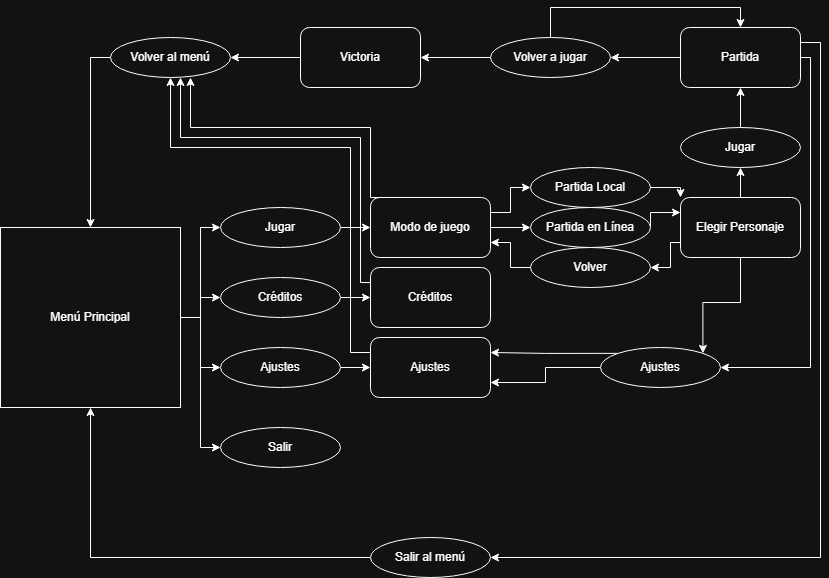
danitjela/BombPainting keeps this draw.io diagram as Bocetos/diagramaFlujo.png. Above is the earlier version. Source tidied: cells renumbered, new cells last; positions are measured from the earlier drawing's top-left corner, leaving out a move shared by most shapes.
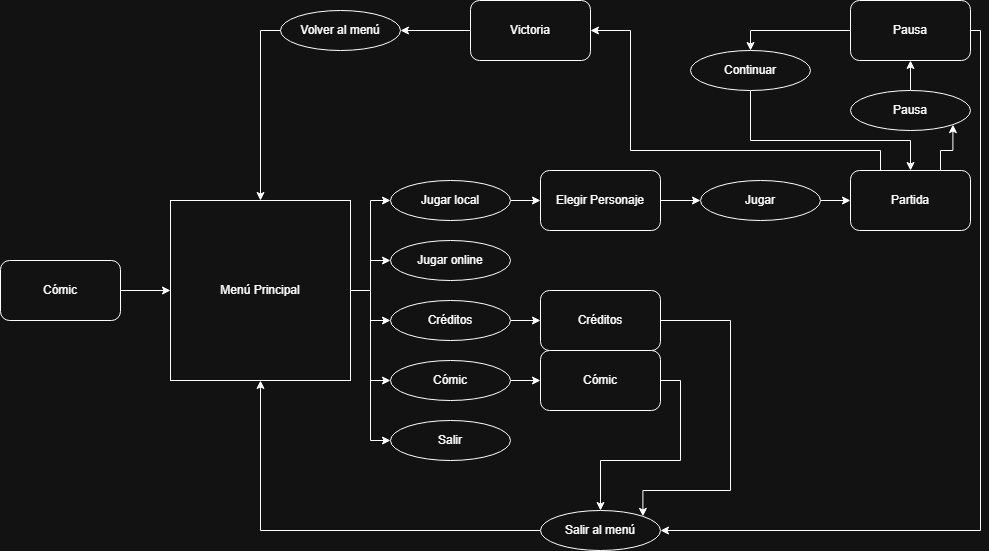
Above is the later version.

Commit message:
GDD y diagrama de flujo actualizado

The edit, as a diff of the source:
```diff
@@ -2,39 +2,28 @@
   <root>
     <mxCell id="0" />
     <mxCell id="1" parent="0" />
-    <mxCell id="2" style="edgeStyle=orthogonalEdgeStyle;rounded=0;jettySize=auto;html=1;exitX=0;exitY=0.25;exitDx=0;exitDy=0;entryX=0.5;entryY=1;entryDx=0;entryDy=0;" parent="1" edge="1" source="3" target="19">
-      <mxGeometry relative="1" as="geometry">
-        <Array as="points">
-          <mxPoint x="350" y="325" />
-          <mxPoint x="350" y="120" />
-          <mxPoint x="170" y="120" />
-        </Array>
-      </mxGeometry>
-    </mxCell>
-    <mxCell id="3" value="Ajustes" style="rounded=1;whiteSpace=wrap;html=1;" parent="1" vertex="1">
-      <mxGeometry x="370" y="310" width="120" height="60" as="geometry" />
-    </mxCell>
-    <mxCell id="4" style="edgeStyle=orthogonalEdgeStyle;rounded=0;jettySize=auto;html=1;exitX=0;exitY=0.5;exitDx=0;exitDy=0;entryX=1;entryY=0.5;entryDx=0;entryDy=0;" parent="1" edge="1" source="7" target="17">
-      <mxGeometry relative="1" as="geometry" />
-    </mxCell>
-    <mxCell id="5" style="edgeStyle=orthogonalEdgeStyle;rounded=0;jettySize=auto;html=1;exitX=1;exitY=0.5;exitDx=0;exitDy=0;entryX=1;entryY=0.5;entryDx=0;entryDy=0;" parent="1" edge="1" source="7" target="46">
-      <mxGeometry relative="1" as="geometry">
-        <Array as="points">
-          <mxPoint x="810" y="30" />
-          <mxPoint x="810" y="340" />
-        </Array>
-      </mxGeometry>
-    </mxCell>
-    <mxCell id="6" style="edgeStyle=orthogonalEdgeStyle;rounded=0;jettySize=auto;html=1;exitX=1;exitY=0.25;exitDx=0;exitDy=0;entryX=1;entryY=0.5;entryDx=0;entryDy=0;" parent="1" edge="1" source="7" target="48">
+    <mxCell id="6" style="edgeStyle=orthogonalEdgeStyle;rounded=0;jettySize=auto;html=1;exitX=1;exitY=0.5;exitDx=0;exitDy=0;entryX=1;entryY=0.5;entryDx=0;entryDy=0;" parent="1" edge="1" source="60" target="48">
       <mxGeometry relative="1" as="geometry">
         <Array as="points">
-          <mxPoint x="820" y="15" />
-          <mxPoint x="820" y="530" />
+          <mxPoint x="810" y="30" />
+          <mxPoint x="810" y="530" />
         </Array>
       </mxGeometry>
     </mxCell>
+    <mxCell id="50" style="edgeStyle=orthogonalEdgeStyle;rounded=0;jettySize=auto;html=1;exitX=0.25;exitY=0;exitDx=0;exitDy=0;entryX=1;entryY=0.5;entryDx=0;entryDy=0;" parent="1" edge="1" source="7" target="9">
+      <mxGeometry relative="1" as="geometry">
+        <Array as="points">
+          <mxPoint x="710" y="150" />
+          <mxPoint x="460" y="150" />
+          <mxPoint x="460" y="30" />
+        </Array>
+      </mxGeometry>
+    </mxCell>
+    <mxCell id="51" style="edgeStyle=orthogonalEdgeStyle;rounded=0;jettySize=auto;html=1;exitX=0.75;exitY=0;exitDx=0;exitDy=0;entryX=1;entryY=1;entryDx=0;entryDy=0;" parent="1" edge="1" source="7" target="58">
+      <mxGeometry relative="1" as="geometry" />
+    </mxCell>
     <mxCell id="7" value="Partida" style="rounded=1;whiteSpace=wrap;html=1;" parent="1" vertex="1">
-      <mxGeometry x="680" width="120" height="60" as="geometry" />
+      <mxGeometry x="680" y="170" width="120" height="60" as="geometry" />
     </mxCell>
     <mxCell id="8" style="edgeStyle=orthogonalEdgeStyle;rounded=0;jettySize=auto;html=1;exitX=0;exitY=0.5;exitDx=0;exitDy=0;entryX=1;entryY=0.5;entryDx=0;entryDy=0;" parent="1" edge="1" source="9" target="19">
       <mxGeometry relative="1" as="geometry" />
@@ -48,144 +37,112 @@
     <mxCell id="11" style="edgeStyle=orthogonalEdgeStyle;rounded=0;jettySize=auto;html=1;exitX=1;exitY=0.5;exitDx=0;exitDy=0;entryX=0;entryY=0.5;entryDx=0;entryDy=0;" parent="1" edge="1" source="14" target="24">
       <mxGeometry relative="1" as="geometry" />
     </mxCell>
-    <mxCell id="12" style="edgeStyle=orthogonalEdgeStyle;rounded=0;jettySize=auto;html=1;exitX=1;exitY=0.5;exitDx=0;exitDy=0;entryX=0;entryY=0.5;entryDx=0;entryDy=0;" parent="1" edge="1" source="14" target="23">
-      <mxGeometry relative="1" as="geometry" />
-    </mxCell>
     <mxCell id="13" style="edgeStyle=orthogonalEdgeStyle;rounded=0;jettySize=auto;html=1;exitX=1;exitY=0.5;exitDx=0;exitDy=0;entryX=0;entryY=0.5;entryDx=0;entryDy=0;" parent="1" edge="1" source="14" target="37">
       <mxGeometry relative="1" as="geometry" />
     </mxCell>
+    <mxCell id="52" style="edgeStyle=orthogonalEdgeStyle;rounded=0;jettySize=auto;html=1;exitX=1;exitY=0.5;exitDx=0;exitDy=0;entryX=0;entryY=0.5;entryDx=0;entryDy=0;" parent="1" edge="1" source="14" target="56">
+      <mxGeometry relative="1" as="geometry" />
+    </mxCell>
+    <mxCell id="53" style="edgeStyle=orthogonalEdgeStyle;rounded=0;jettySize=auto;html=1;exitX=1;exitY=0.5;exitDx=0;exitDy=0;entryX=0;entryY=0.5;entryDx=0;entryDy=0;" parent="1" edge="1" source="14" target="64">
+      <mxGeometry relative="1" as="geometry" />
+    </mxCell>
     <mxCell id="14" value="Menú Principal" style="whiteSpace=wrap;html=1;" parent="1" vertex="1">
       <mxGeometry y="200" width="180" height="180" as="geometry" />
     </mxCell>
-    <mxCell id="15" style="edgeStyle=orthogonalEdgeStyle;rounded=0;jettySize=auto;html=1;exitX=0;exitY=0.5;exitDx=0;exitDy=0;entryX=1;entryY=0.5;entryDx=0;entryDy=0;" parent="1" edge="1" source="17" target="9">
-      <mxGeometry relative="1" as="geometry" />
-    </mxCell>
-    <mxCell id="16" style="edgeStyle=orthogonalEdgeStyle;rounded=0;jettySize=auto;html=1;exitX=0.5;exitY=0;exitDx=0;exitDy=0;entryX=0.5;entryY=0;entryDx=0;entryDy=0;" parent="1" edge="1" source="17" target="7">
-      <mxGeometry relative="1" as="geometry" />
-    </mxCell>
-    <mxCell id="17" value="Volver a jugar" style="ellipse;whiteSpace=wrap;html=1;" parent="1" vertex="1">
-      <mxGeometry x="490" y="10" width="120" height="40" as="geometry" />
-    </mxCell>
     <mxCell id="18" style="edgeStyle=orthogonalEdgeStyle;rounded=0;jettySize=auto;html=1;exitX=0;exitY=0.5;exitDx=0;exitDy=0;entryX=0.5;entryY=0;entryDx=0;entryDy=0;" parent="1" edge="1" source="19" target="14">
       <mxGeometry relative="1" as="geometry" />
     </mxCell>
     <mxCell id="19" value="Volver al menú" style="ellipse;whiteSpace=wrap;html=1;" parent="1" vertex="1">
       <mxGeometry x="110" y="10" width="120" height="40" as="geometry" />
     </mxCell>
-    <mxCell id="20" style="edgeStyle=orthogonalEdgeStyle;rounded=0;jettySize=auto;html=1;exitX=1;exitY=0.5;exitDx=0;exitDy=0;entryX=0;entryY=0;entryDx=0;entryDy=0;" parent="1" edge="1" source="21" target="35">
-      <mxGeometry relative="1" as="geometry" />
-    </mxCell>
-    <mxCell id="21" value="Partida Local" style="ellipse;whiteSpace=wrap;html=1;" parent="1" vertex="1">
-      <mxGeometry x="530" y="140" width="120" height="40" as="geometry" />
-    </mxCell>
-    <mxCell id="22" style="edgeStyle=orthogonalEdgeStyle;rounded=0;jettySize=auto;html=1;exitX=1;exitY=0.5;exitDx=0;exitDy=0;entryX=0;entryY=0.5;entryDx=0;entryDy=0;" parent="1" edge="1" source="23" target="3">
-      <mxGeometry relative="1" as="geometry" />
-    </mxCell>
-    <mxCell id="23" value="Ajustes" style="ellipse;whiteSpace=wrap;html=1;" parent="1" vertex="1">
-      <mxGeometry x="220" y="320" width="120" height="40" as="geometry" />
-    </mxCell>
     <mxCell id="24" value="Salir" style="ellipse;whiteSpace=wrap;html=1;" parent="1" vertex="1">
-      <mxGeometry x="220" y="400" width="120" height="40" as="geometry" />
+      <mxGeometry x="220" y="420" width="120" height="40" as="geometry" />
     </mxCell>
-    <mxCell id="25" style="edgeStyle=orthogonalEdgeStyle;rounded=0;jettySize=auto;html=1;exitX=1;exitY=0.5;exitDx=0;exitDy=0;entryX=0;entryY=0.25;entryDx=0;entryDy=0;" parent="1" edge="1" source="26" target="35">
-      <mxGeometry relative="1" as="geometry">
-        <Array as="points">
-          <mxPoint x="650" y="185" />
-        </Array>
-      </mxGeometry>
-    </mxCell>
-    <mxCell id="26" value="Partida en Línea" style="ellipse;whiteSpace=wrap;html=1;" parent="1" vertex="1">
-      <mxGeometry x="530" y="180" width="120" height="40" as="geometry" />
-    </mxCell>
-    <mxCell id="27" style="edgeStyle=orthogonalEdgeStyle;rounded=0;jettySize=auto;html=1;exitX=1;exitY=0.5;exitDx=0;exitDy=0;entryX=0;entryY=0.5;entryDx=0;entryDy=0;" parent="1" edge="1" source="28" target="31">
-      <mxGeometry relative="1" as="geometry" />
-    </mxCell>
+    <mxCell id="54" style="edgeStyle=orthogonalEdgeStyle;rounded=0;jettySize=auto;html=1;exitX=1;exitY=0.5;exitDx=0;exitDy=0;entryX=0;entryY=0.5;entryDx=0;entryDy=0;" parent="1" edge="1" source="28" target="35">
+      <mxGeometry relative="1" as="geometry" />
+    </mxCell>
-    <mxCell id="28" value="Jugar" style="ellipse;whiteSpace=wrap;html=1;" parent="1" vertex="1">
+    <mxCell id="28" value="Jugar local" style="ellipse;whiteSpace=wrap;html=1;" parent="1" vertex="1">
       <mxGeometry x="220" y="180" width="120" height="40" as="geometry" />
     </mxCell>
-    <mxCell id="29" style="edgeStyle=orthogonalEdgeStyle;rounded=0;jettySize=auto;html=1;exitX=1;exitY=0.25;exitDx=0;exitDy=0;entryX=0;entryY=0.5;entryDx=0;entryDy=0;" parent="1" edge="1" source="31" target="21">
-      <mxGeometry relative="1" as="geometry" />
-    </mxCell>
-    <mxCell id="30" style="edgeStyle=orthogonalEdgeStyle;rounded=0;jettySize=auto;html=1;exitX=1;exitY=0.5;exitDx=0;exitDy=0;entryX=0;entryY=0.5;entryDx=0;entryDy=0;" parent="1" edge="1" source="31" target="26">
-      <mxGeometry relative="1" as="geometry" />
-    </mxCell>
-    <mxCell id="31" value="Modo de juego" style="rounded=1;whiteSpace=wrap;html=1;" parent="1" vertex="1">
-      <mxGeometry x="370" y="170" width="120" height="60" as="geometry" />
-    </mxCell>
-    <mxCell id="32" style="edgeStyle=orthogonalEdgeStyle;rounded=0;jettySize=auto;html=1;exitX=0.5;exitY=0;exitDx=0;exitDy=0;entryX=0.5;entryY=1;entryDx=0;entryDy=0;" parent="1" edge="1" source="35" target="41">
+    <mxCell id="32" style="edgeStyle=orthogonalEdgeStyle;rounded=0;jettySize=auto;html=1;exitX=1;exitY=0.5;exitDx=0;exitDy=0;entryX=0;entryY=0.5;entryDx=0;entryDy=0;" parent="1" edge="1" source="35" target="41">
       <mxGeometry relative="1" as="geometry" />
     </mxCell>
-    <mxCell id="33" style="edgeStyle=orthogonalEdgeStyle;rounded=0;jettySize=auto;html=1;exitX=0;exitY=0.75;exitDx=0;exitDy=0;entryX=1;entryY=0.5;entryDx=0;entryDy=0;" parent="1" edge="1" source="35" target="43">
-      <mxGeometry relative="1" as="geometry">
-        <Array as="points">
-          <mxPoint x="670" y="215" />
-          <mxPoint x="670" y="240" />
-        </Array>
-      </mxGeometry>
-    </mxCell>
-    <mxCell id="34" style="edgeStyle=orthogonalEdgeStyle;rounded=0;jettySize=auto;html=1;exitX=0.5;exitY=1;exitDx=0;exitDy=0;entryX=1;entryY=0;entryDx=0;entryDy=0;" parent="1" edge="1" source="35" target="46">
-      <mxGeometry relative="1" as="geometry" />
-    </mxCell>
     <mxCell id="35" value="Elegir Personaje" style="rounded=1;whiteSpace=wrap;html=1;" parent="1" vertex="1">
-      <mxGeometry x="680" y="170" width="120" height="60" as="geometry" />
+      <mxGeometry x="370" y="170" width="120" height="60" as="geometry" />
     </mxCell>
     <mxCell id="36" style="edgeStyle=orthogonalEdgeStyle;rounded=0;jettySize=auto;html=1;exitX=1;exitY=0.5;exitDx=0;exitDy=0;entryX=0;entryY=0.5;entryDx=0;entryDy=0;" parent="1" edge="1" source="37" target="39">
       <mxGeometry relative="1" as="geometry" />
     </mxCell>
     <mxCell id="37" value="Créditos" style="ellipse;whiteSpace=wrap;html=1;" parent="1" vertex="1">
-      <mxGeometry x="220" y="250" width="120" height="40" as="geometry" />
+      <mxGeometry x="220" y="300" width="120" height="40" as="geometry" />
     </mxCell>
-    <mxCell id="38" style="edgeStyle=orthogonalEdgeStyle;rounded=0;jettySize=auto;html=1;exitX=0;exitY=0.25;exitDx=0;exitDy=0;entryX=0.5;entryY=1;entryDx=0;entryDy=0;" parent="1" edge="1" source="39">
-      <mxGeometry relative="1" as="geometry">
-        <mxPoint x="180" y="50" as="targetPoint" />
-        <Array as="points">
-          <mxPoint x="360" y="255" />
-          <mxPoint x="360" y="110" />
-          <mxPoint x="180" y="110" />
-        </Array>
-      </mxGeometry>
-    </mxCell>
+    <mxCell id="55" style="edgeStyle=orthogonalEdgeStyle;rounded=0;jettySize=auto;html=1;exitX=1;exitY=0.5;exitDx=0;exitDy=0;entryX=1;entryY=0;entryDx=0;entryDy=0;" parent="1" edge="1" source="39" target="48">
+      <mxGeometry relative="1" as="geometry">
+        <Array as="points">
+          <mxPoint x="560" y="320" />
+          <mxPoint x="560" y="490" />
+          <mxPoint x="472" y="490" />
+        </Array>
+      </mxGeometry>
+    </mxCell>
     <mxCell id="39" value="Créditos" style="rounded=1;whiteSpace=wrap;html=1;" parent="1" vertex="1">
-      <mxGeometry x="370" y="240" width="120" height="60" as="geometry" />
+      <mxGeometry x="370" y="290" width="120" height="60" as="geometry" />
     </mxCell>
     <mxCell id="40" style="edgeStyle=orthogonalEdgeStyle;rounded=0;jettySize=auto;html=1;" parent="1" edge="1" source="41" target="7">
       <mxGeometry relative="1" as="geometry" />
     </mxCell>
     <mxCell id="41" value="Jugar" style="ellipse;whiteSpace=wrap;html=1;" parent="1" vertex="1">
-      <mxGeometry x="680" y="100" width="120" height="40" as="geometry" />
+      <mxGeometry x="530" y="180" width="120" height="40" as="geometry" />
     </mxCell>
-    <mxCell id="42" style="edgeStyle=orthogonalEdgeStyle;rounded=0;jettySize=auto;html=1;exitX=0;exitY=0.5;exitDx=0;exitDy=0;entryX=1;entryY=0.75;entryDx=0;entryDy=0;" parent="1" edge="1" source="43" target="31">
-      <mxGeometry relative="1" as="geometry" />
-    </mxCell>
-    <mxCell id="43" value="Volver" style="ellipse;whiteSpace=wrap;html=1;" parent="1" vertex="1">
-      <mxGeometry x="530" y="220" width="120" height="40" as="geometry" />
-    </mxCell>
-    <mxCell id="44" style="edgeStyle=orthogonalEdgeStyle;rounded=0;jettySize=auto;html=1;exitX=0;exitY=0.5;exitDx=0;exitDy=0;entryX=1;entryY=0.75;entryDx=0;entryDy=0;" parent="1" edge="1" source="46" target="3">
-      <mxGeometry relative="1" as="geometry" />
-    </mxCell>
-    <mxCell id="45" style="edgeStyle=orthogonalEdgeStyle;rounded=0;jettySize=auto;html=1;exitX=0;exitY=0;exitDx=0;exitDy=0;entryX=1;entryY=0.25;entryDx=0;entryDy=0;" parent="1" edge="1" source="46" target="3">
-      <mxGeometry relative="1" as="geometry" />
-    </mxCell>
-    <mxCell id="46" value="Ajustes" style="ellipse;whiteSpace=wrap;html=1;" parent="1" vertex="1">
-      <mxGeometry x="600" y="320" width="120" height="40" as="geometry" />
-    </mxCell>
     <mxCell id="47" style="edgeStyle=orthogonalEdgeStyle;rounded=0;jettySize=auto;html=1;exitX=0;exitY=0.5;exitDx=0;exitDy=0;entryX=0.5;entryY=1;entryDx=0;entryDy=0;" parent="1" edge="1" source="48" target="14">
       <mxGeometry relative="1" as="geometry" />
     </mxCell>
     <mxCell id="48" value="Salir al menú" style="ellipse;whiteSpace=wrap;html=1;" parent="1" vertex="1">
       <mxGeometry x="370" y="510" width="120" height="40" as="geometry" />
     </mxCell>
-    <mxCell id="49" style="edgeStyle=orthogonalEdgeStyle;rounded=0;orthogonalLoop=1;jettySize=auto;html=1;" parent="1" edge="1">
-      <mxGeometry relative="1" as="geometry">
-        <mxPoint x="380" y="170" as="sourcePoint" />
-        <mxPoint x="190" y="50" as="targetPoint" />
-        <Array as="points">
-          <mxPoint x="370" y="170" />
-          <mxPoint x="370" y="100" />
-          <mxPoint x="190" y="100" />
-          <mxPoint x="190" y="51" />
-        </Array>
-      </mxGeometry>
-    </mxCell>
+    <mxCell id="56" value="Jugar online" style="ellipse;whiteSpace=wrap;html=1;" parent="1" vertex="1">
+      <mxGeometry x="220" y="240" width="120" height="40" as="geometry" />
+    </mxCell>
+    <mxCell id="57" style="edgeStyle=orthogonalEdgeStyle;rounded=0;jettySize=auto;html=1;exitX=0.5;exitY=0;exitDx=0;exitDy=0;entryX=0.5;entryY=1;entryDx=0;entryDy=0;" parent="1" edge="1" source="58" target="60">
+      <mxGeometry relative="1" as="geometry" />
+    </mxCell>
+    <mxCell id="58" value="Pausa" style="ellipse;whiteSpace=wrap;html=1;" parent="1" vertex="1">
+      <mxGeometry x="680" y="90" width="120" height="40" as="geometry" />
+    </mxCell>
+    <mxCell id="59" style="edgeStyle=orthogonalEdgeStyle;rounded=0;jettySize=auto;html=1;exitX=0;exitY=0.5;exitDx=0;exitDy=0;entryX=0.5;entryY=0;entryDx=0;entryDy=0;" parent="1" edge="1" source="60" target="62">
+      <mxGeometry relative="1" as="geometry" />
+    </mxCell>
+    <mxCell id="60" value="Pausa" style="rounded=1;whiteSpace=wrap;html=1;" parent="1" vertex="1">
+      <mxGeometry x="680" width="120" height="60" as="geometry" />
+    </mxCell>
+    <mxCell id="61" style="edgeStyle=orthogonalEdgeStyle;rounded=0;jettySize=auto;html=1;exitX=0.5;exitY=1;exitDx=0;exitDy=0;entryX=0.5;entryY=0;entryDx=0;entryDy=0;" parent="1" edge="1" source="62" target="7">
+      <mxGeometry relative="1" as="geometry">
+        <Array as="points">
+          <mxPoint x="580" y="140" />
+          <mxPoint x="740" y="140" />
+        </Array>
+      </mxGeometry>
+    </mxCell>
+    <mxCell id="62" value="Continuar" style="ellipse;whiteSpace=wrap;html=1;" parent="1" vertex="1">
+      <mxGeometry x="520" y="50" width="120" height="40" as="geometry" />
+    </mxCell>
+    <mxCell id="63" style="edgeStyle=orthogonalEdgeStyle;rounded=0;jettySize=auto;html=1;exitX=1;exitY=0.5;exitDx=0;exitDy=0;entryX=0;entryY=0.5;entryDx=0;entryDy=0;" parent="1" edge="1" source="64" target="66">
+      <mxGeometry relative="1" as="geometry" />
+    </mxCell>
+    <mxCell id="64" value="Cómic" style="ellipse;whiteSpace=wrap;html=1;" parent="1" vertex="1">
+      <mxGeometry x="220" y="360" width="120" height="40" as="geometry" />
+    </mxCell>
+    <mxCell id="65" style="edgeStyle=orthogonalEdgeStyle;rounded=0;jettySize=auto;html=1;exitX=1;exitY=0.5;exitDx=0;exitDy=0;entryX=0.5;entryY=0;entryDx=0;entryDy=0;" parent="1" edge="1" source="66" target="48">
+      <mxGeometry relative="1" as="geometry" />
+    </mxCell>
+    <mxCell id="66" value="Cómic" style="rounded=1;whiteSpace=wrap;html=1;" parent="1" vertex="1">
+      <mxGeometry x="370" y="350" width="120" height="60" as="geometry" />
+    </mxCell>
+    <mxCell id="67" style="edgeStyle=orthogonalEdgeStyle;rounded=0;jettySize=auto;html=1;exitX=1;exitY=0.5;exitDx=0;exitDy=0;entryX=0;entryY=0.5;entryDx=0;entryDy=0;" parent="1" edge="1" source="68" target="14">
+      <mxGeometry relative="1" as="geometry" />
+    </mxCell>
+    <mxCell id="68" value="Cómic" style="rounded=1;whiteSpace=wrap;html=1;" parent="1" vertex="1">
+      <mxGeometry x="-170" y="260" width="120" height="60" as="geometry" />
+    </mxCell>
   </root>
 </mxGraphModel>
```
